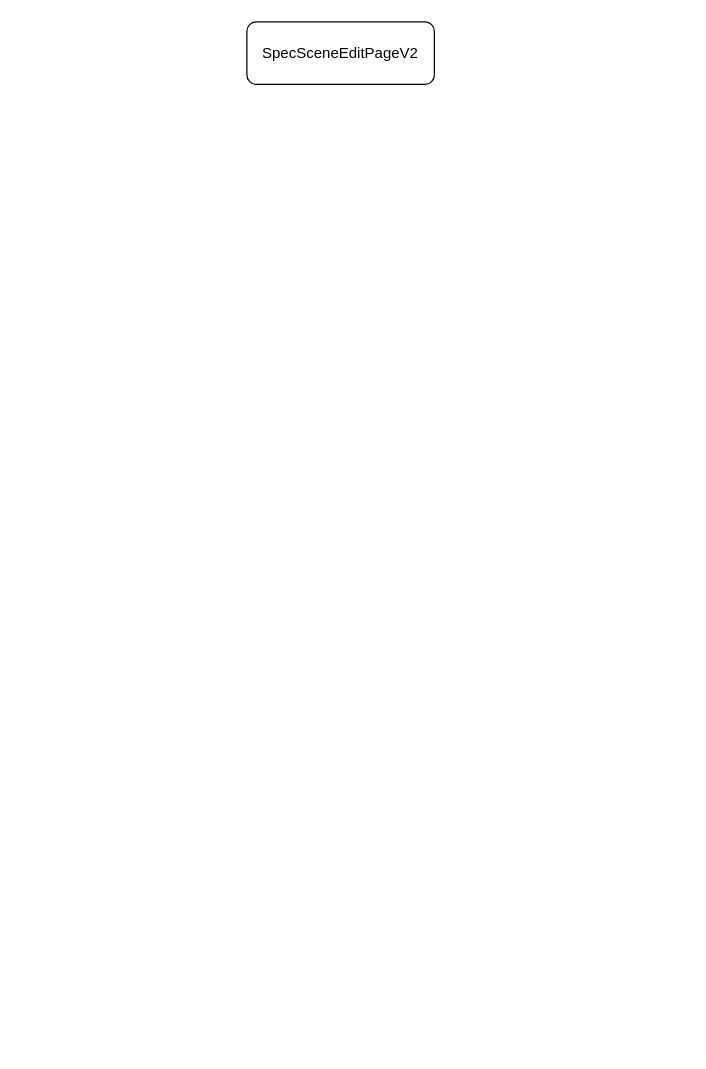
The draw.io diagram class流程.drawio in WljclW/coolweather, before the edit. Source tidied: cells renumbered, new cells numbered last; positions are measured from the earlier drawing's top-left corner, leaving out a move shared by most shapes. Both pictures are drawn from the tidied source at 125%, with x=0, y=0 at pixel (246, 21).
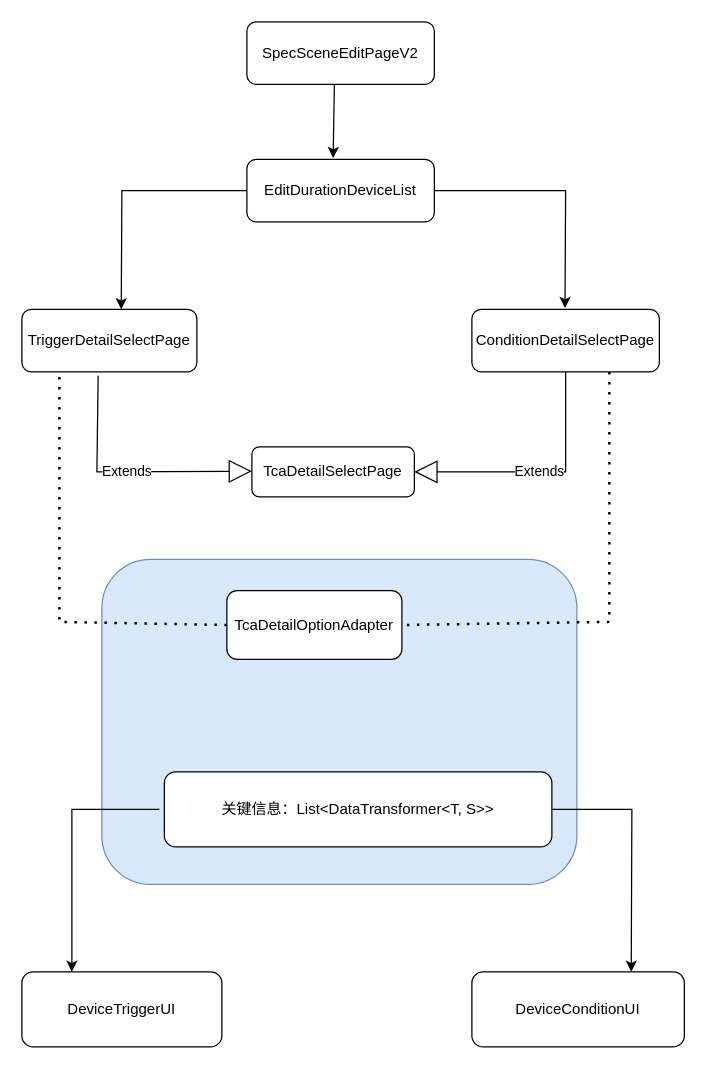
After the change.

Diff of the diagram source:
```diff
@@
+    <mxCell id="3" style="rounded=1;whiteSpace=wrap;html=1;fillColor=#dae8fc;strokeColor=#6c8ebf;" parent="1" vertex="1">
+      <mxGeometry x="-116" y="430" width="380" height="260" as="geometry" />
+    </mxCell>
@@
+    <mxCell id="4" value="EditDurationDeviceList" style="rounded=1;whiteSpace=wrap;html=1;" parent="1" vertex="1">
+      <mxGeometry y="110" width="150" height="50" as="geometry" />
+    </mxCell>
+    <mxCell id="5" value="TriggerDetailSelectPage" style="rounded=1;whiteSpace=wrap;html=1;" parent="1" vertex="1">
+      <mxGeometry x="-180" y="230" width="140" height="50" as="geometry" />
+    </mxCell>
+    <mxCell id="6" value="ConditionDetailSelectPage" style="rounded=1;whiteSpace=wrap;html=1;" parent="1" vertex="1">
+      <mxGeometry x="180" y="230" width="150" height="50" as="geometry" />
+    </mxCell>
+    <mxCell id="7" value="TcaDetailSelectPage" style="rounded=1;whiteSpace=wrap;html=1;" parent="1" vertex="1">
+      <mxGeometry x="4" y="340" width="130" height="40" as="geometry" />
+    </mxCell>
+    <mxCell id="8" value="TcaDetailOptionAdapter" style="rounded=1;whiteSpace=wrap;html=1;" parent="1" vertex="1">
+      <mxGeometry x="-16" y="455" width="140" height="55" as="geometry" />
+    </mxCell>
+    <mxCell id="9" value="Extends" style="endArrow=block;endSize=16;endFill=0;html=1;rounded=0;exitX=0.436;exitY=1.06;exitDx=0;exitDy=0;exitPerimeter=0;" parent="1" edge="1" source="5">
+      <mxGeometry relative="1" as="geometry">
+        <mxPoint x="4" y="359.5" as="targetPoint" />
+        <Array as="points">
+          <mxPoint x="-120" y="360" />
+        </Array>
+      </mxGeometry>
+    </mxCell>
+    <mxCell id="10" value="Extends" style="endArrow=block;endSize=16;endFill=0;html=1;rounded=0;exitX=0.5;exitY=1;exitDx=0;exitDy=0;entryX=1;entryY=0.5;entryDx=0;entryDy=0;" parent="1" edge="1" source="6" target="7">
+      <mxGeometry relative="1" as="geometry">
+        <Array as="points">
+          <mxPoint x="255" y="360" />
+        </Array>
+      </mxGeometry>
+    </mxCell>
+    <mxCell id="11" value="关键信息：List&amp;lt;DataTransformer&amp;lt;T, S&amp;gt;&amp;gt;" style="rounded=1;whiteSpace=wrap;html=1;" parent="1" vertex="1">
+      <mxGeometry x="-66" y="600" width="310" height="60" as="geometry" />
+    </mxCell>
+    <mxCell id="12" value="DeviceTriggerUI" style="rounded=1;whiteSpace=wrap;html=1;" parent="1" vertex="1">
+      <mxGeometry x="-180" y="760" width="160" height="60" as="geometry" />
+    </mxCell>
+    <mxCell id="13" value="DeviceConditionUI" style="rounded=1;whiteSpace=wrap;html=1;" parent="1" vertex="1">
+      <mxGeometry x="180" y="760" width="170" height="60" as="geometry" />
+    </mxCell>
+    <mxCell id="14" style="endArrow=classic;html=1;rounded=0;entryX=0.46;entryY=-0.02;entryDx=0;entryDy=0;entryPerimeter=0;" parent="1" edge="1" target="4">
+      <mxGeometry relative="1" as="geometry">
+        <mxPoint x="70" y="50" as="sourcePoint" />
+      </mxGeometry>
+    </mxCell>
+    <mxCell id="15" style="endArrow=classic;html=1;rounded=0;entryX=0.46;entryY=-0.02;entryDx=0;entryDy=0;entryPerimeter=0;exitX=1;exitY=0.5;exitDx=0;exitDy=0;" parent="1" edge="1" source="4">
+      <mxGeometry relative="1" as="geometry">
+        <mxPoint x="254.5" y="229" as="targetPoint" />
+        <Array as="points">
+          <mxPoint x="255" y="135" />
+        </Array>
+      </mxGeometry>
+    </mxCell>
+    <mxCell id="16" style="endArrow=classic;html=1;rounded=0;entryX=0.46;entryY=-0.02;entryDx=0;entryDy=0;entryPerimeter=0;exitX=0;exitY=0.5;exitDx=0;exitDy=0;" parent="1" edge="1" source="4">
+      <mxGeometry relative="1" as="geometry">
+        <mxPoint x="-100.5" y="230" as="targetPoint" />
+        <Array as="points">
+          <mxPoint x="-100" y="135" />
+        </Array>
+      </mxGeometry>
+    </mxCell>
+    <mxCell id="17" style="endArrow=none;dashed=1;html=1;dashPattern=1 3;strokeWidth=2;rounded=0;exitX=0;exitY=0.5;exitDx=0;exitDy=0;" parent="1" edge="1" source="8">
+      <mxGeometry relative="1" as="geometry">
+        <mxPoint x="-150" y="280" as="targetPoint" />
+        <Array as="points">
+          <mxPoint x="-150" y="480" />
+        </Array>
+      </mxGeometry>
+    </mxCell>
+    <mxCell id="18" style="endArrow=none;dashed=1;html=1;dashPattern=1 3;strokeWidth=2;rounded=0;exitX=0;exitY=0.5;exitDx=0;exitDy=0;entryX=1;entryY=0.5;entryDx=0;entryDy=0;" parent="1" edge="1" target="8">
+      <mxGeometry relative="1" as="geometry">
+        <mxPoint x="290" y="280" as="sourcePoint" />
+        <Array as="points">
+          <mxPoint x="290" y="480" />
+        </Array>
+      </mxGeometry>
+    </mxCell>
+    <mxCell id="19" style="endArrow=classic;html=1;rounded=0;entryX=0.75;entryY=0;entryDx=0;entryDy=0;" parent="1" edge="1" target="13">
+      <mxGeometry relative="1" as="geometry">
+        <mxPoint x="244" y="630" as="sourcePoint" />
+        <Array as="points">
+          <mxPoint x="308" y="630" />
+        </Array>
+      </mxGeometry>
+    </mxCell>
+    <mxCell id="20" style="endArrow=classic;html=1;rounded=0;entryX=0.25;entryY=0;entryDx=0;entryDy=0;" parent="1" edge="1" target="12">
+      <mxGeometry relative="1" as="geometry">
+        <mxPoint x="-70" y="630" as="sourcePoint" />
+        <Array as="points">
+          <mxPoint x="-140" y="630" />
+        </Array>
+      </mxGeometry>
+    </mxCell>
```
